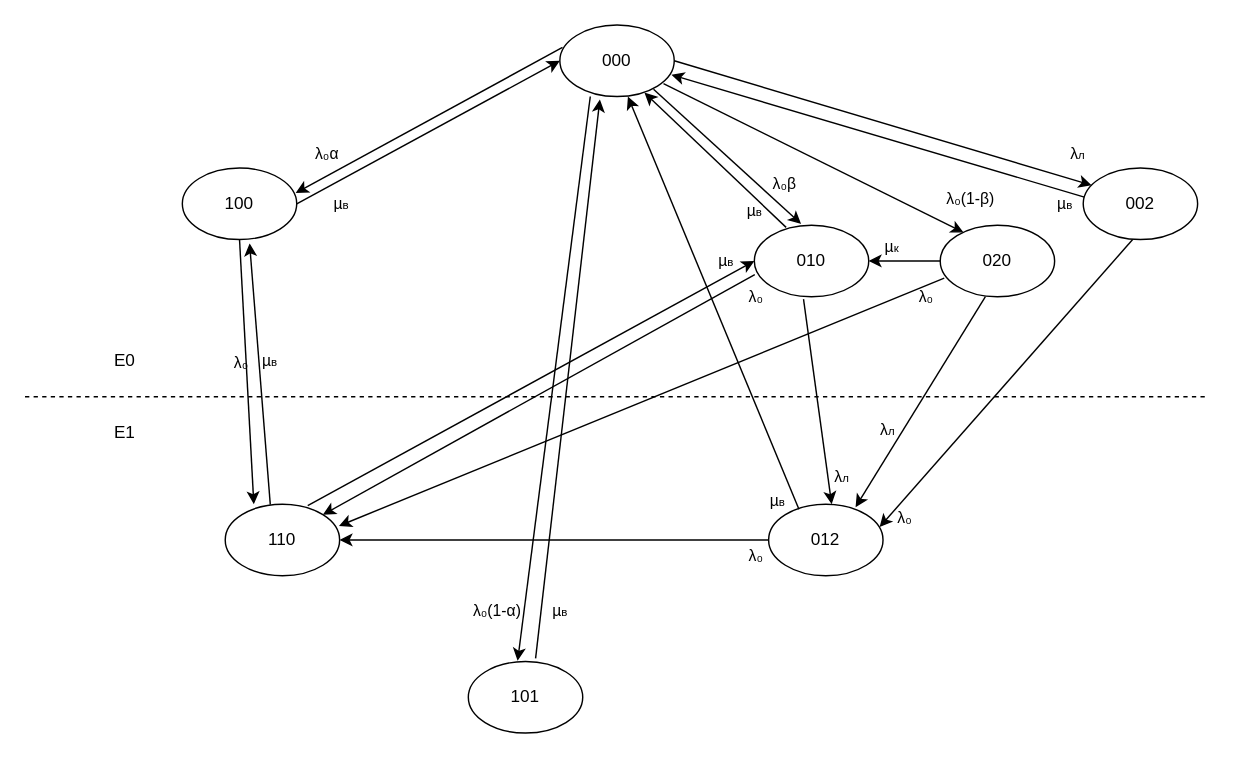
Before: диаг2.drawio in kolyan3445/WHAT-THE-FUCK, a draw.io diagram. Source tidied: cells renumbered, new cells numbered last; positions are measured from the earlier drawing's top-left corner, leaving out a move shared by most shapes. Both pictures are drawn from the tidied source at 143%, with x=0, y=0 at pixel (24, 24).
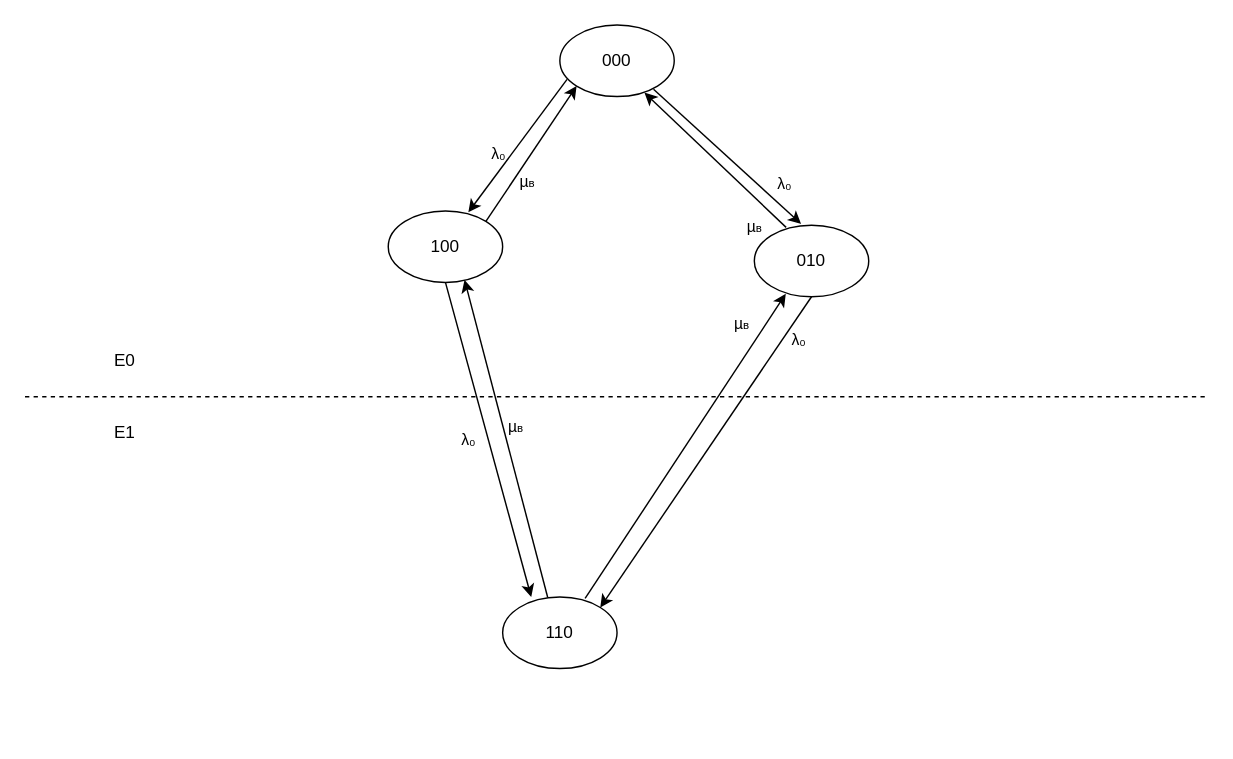
The same diagram, later.

The change refers to these unchanged cells:
```xml
<mxCell id="2" value="000" style="ellipse;whiteSpace=wrap;html=1;" parent="1" vertex="1">
  <mxGeometry x="374" width="80" height="50" as="geometry" />
</mxCell>
<mxCell id="4" value="01&lt;span style=&quot;background-color: transparent; color: light-dark(rgb(0, 0, 0), rgb(255, 255, 255));&quot;&gt;0&lt;/span&gt;" style="ellipse;whiteSpace=wrap;html=1;" parent="1" vertex="1">
  <mxGeometry x="510" y="140" width="80" height="50" as="geometry" />
</mxCell>
<mxCell id="17" style="endArrow=classic;html=1;rounded=0;exitX=0.819;exitY=0.898;exitDx=0;exitDy=0;entryX=0.409;entryY=-0.018;entryDx=0;entryDy=0;entryPerimeter=0;exitPerimeter=0;" parent="1" edge="1" source="2" target="4">
  <mxGeometry relative="1" as="geometry" />
</mxCell>
<mxCell id="21" style="endArrow=classic;html=1;rounded=0;exitX=0.278;exitY=0.03;exitDx=0;exitDy=0;entryX=0.74;entryY=0.946;entryDx=0;entryDy=0;entryPerimeter=0;exitPerimeter=0;" parent="1" edge="1" source="4" target="2">
  <mxGeometry relative="1" as="geometry" />
</mxCell>
<mxCell id="39" style="endArrow=classic;html=1;rounded=0;exitX=0.5;exitY=1;exitDx=0;exitDy=0;entryX=0.25;entryY=0;entryDx=0;entryDy=0;entryPerimeter=0;" parent="1" edge="1" source="3" target="9">
  <mxGeometry relative="1" as="geometry" />
</mxCell>
```

What changed in the source:
```diff
@@
     <mxCell id="3" value="100" style="ellipse;whiteSpace=wrap;html=1;" parent="1" vertex="1">
-      <mxGeometry x="110" y="100" width="80" height="50" as="geometry" />
+      <mxGeometry x="254" y="130" width="80" height="50" as="geometry" />
     </mxCell>
@@
-    <mxCell id="5" value="101" style="ellipse;whiteSpace=wrap;html=1;" parent="1" vertex="1">
-      <mxGeometry x="310" y="445.1" width="80" height="50" as="geometry" />
-    </mxCell>
-    <mxCell id="6" value="020" style="ellipse;whiteSpace=wrap;html=1;" parent="1" vertex="1">
-      <mxGeometry x="640" y="140" width="80" height="50" as="geometry" />
-    </mxCell>
-    <mxCell id="7" value="002" style="ellipse;whiteSpace=wrap;html=1;" parent="1" vertex="1">
-      <mxGeometry x="740" y="100" width="80" height="50" as="geometry" />
-    </mxCell>
-    <mxCell id="8" value="012" style="ellipse;whiteSpace=wrap;html=1;" parent="1" vertex="1">
-      <mxGeometry x="520" y="335.1" width="80" height="50" as="geometry" />
-    </mxCell>
     <mxCell id="9" value="110" style="ellipse;whiteSpace=wrap;html=1;" parent="1" vertex="1">
-      <mxGeometry x="140" y="335.1" width="80" height="50" as="geometry" />
+      <mxGeometry x="334" y="400" width="80" height="50" as="geometry" />
     </mxCell>
@@
-    <mxCell id="13" style="endArrow=classic;html=1;rounded=0;entryX=0;entryY=0.5;entryDx=0;entryDy=0;exitX=1;exitY=0.5;exitDx=0;exitDy=0;" parent="1" edge="1" source="3" target="2">
+    <mxCell id="13" style="endArrow=classic;html=1;rounded=0;entryX=0;entryY=1;entryDx=0;entryDy=0;exitX=1;exitY=0;exitDx=0;exitDy=0;" parent="1" edge="1" source="3" target="2">
       <mxGeometry relative="1" as="geometry" />
     </mxCell>
     <mxCell id="14" value="µ&lt;font style=&quot;font-size: 8px;&quot;&gt;в&lt;/font&gt;" style="edgeLabel;html=1;align=center;verticalAlign=middle;labelBackgroundColor=none;" parent="13" vertex="1">
       <mxGeometry relative="1" as="geometry">
-        <mxPoint x="-62" y="50" as="offset" />
+        <mxPoint x="-4" y="20" as="offset" />
       </mxGeometry>
     </mxCell>
-    <mxCell id="15" style="endArrow=classic;html=1;rounded=0;exitX=0.023;exitY=0.314;exitDx=0;exitDy=0;exitPerimeter=0;entryX=0.991;entryY=0.349;entryDx=0;entryDy=0;entryPerimeter=0;" parent="1" edge="1" source="2" target="3">
+    <mxCell id="15" style="endArrow=classic;html=1;rounded=0;exitX=0.063;exitY=0.76;exitDx=0;exitDy=0;exitPerimeter=0;entryX=0.7;entryY=0.02;entryDx=0;entryDy=0;entryPerimeter=0;" parent="1" edge="1" source="2" target="3">
       <mxGeometry relative="1" as="geometry" />
     </mxCell>
-    <mxCell id="16" value="λ&lt;font&gt;₀&lt;/font&gt;α" style="edgeLabel;html=1;align=center;verticalAlign=middle;labelBackgroundColor=none;" parent="15" vertex="1">
+    <mxCell id="16" value="λ&lt;font&gt;₀&lt;/font&gt;" style="edgeLabel;html=1;align=center;verticalAlign=middle;labelBackgroundColor=none;" parent="15" vertex="1">
       <mxGeometry relative="1" as="geometry">
-        <mxPoint x="-72" y="23" as="offset" />
+        <mxPoint x="-14" y="5" as="offset" />
       </mxGeometry>
     </mxCell>
@@
-    <mxCell id="18" value="λ₀β" style="edgeLabel;html=1;align=center;verticalAlign=middle;labelBackgroundColor=none;" parent="17" vertex="1">
+    <mxCell id="18" value="λ₀" style="edgeLabel;html=1;align=center;verticalAlign=middle;labelBackgroundColor=none;" parent="17" vertex="1">
       <mxGeometry relative="1" as="geometry">
         <mxPoint x="39" y="18" as="offset" />
       </mxGeometry>
     </mxCell>
-    <mxCell id="19" style="endArrow=classic;html=1;rounded=0;exitX=0.43;exitY=1.034;exitDx=0;exitDy=0;entryX=0.551;entryY=0;entryDx=0;entryDy=0;entryPerimeter=0;exitPerimeter=0;" parent="1" edge="1" source="4" target="8">
-      <mxGeometry relative="1" as="geometry" />
-    </mxCell>
-    <mxCell id="20" value="λ&lt;font style=&quot;font-size: 8px;&quot;&gt;л&lt;/font&gt;" style="edgeLabel;html=1;align=center;verticalAlign=middle;labelBackgroundColor=none;" parent="19" vertex="1">
-      <mxGeometry relative="1" as="geometry">
-        <mxPoint x="16" y="52" as="offset" />
-      </mxGeometry>
-    </mxCell>
@@
     <mxCell id="22" value="µ&lt;font style=&quot;font-size: 8px;&quot;&gt;в&lt;/font&gt;" style="edgeLabel;html=1;align=center;verticalAlign=middle;labelBackgroundColor=none;" parent="21" vertex="1">
       <mxGeometry relative="1" as="geometry">
-        <mxPoint x="27" y="35" as="offset" />
+        <mxPoint x="27" y="46" as="offset" />
       </mxGeometry>
     </mxCell>
-    <mxCell id="23" style="endArrow=classic;html=1;rounded=0;exitX=0.906;exitY=0.819;exitDx=0;exitDy=0;entryX=0.204;entryY=0.102;entryDx=0;entryDy=0;entryPerimeter=0;exitPerimeter=0;" parent="1" edge="1" source="2" target="6">
-      <mxGeometry relative="1" as="geometry" />
-    </mxCell>
-    <mxCell id="24" value="λ₀(1-β)" style="edgeLabel;html=1;align=center;verticalAlign=middle;labelBackgroundColor=none;" parent="23" vertex="1">
-      <mxGeometry relative="1" as="geometry">
-        <mxPoint x="109" y="29" as="offset" />
-      </mxGeometry>
-    </mxCell>
-    <mxCell id="25" style="endArrow=classic;html=1;rounded=0;exitX=0;exitY=0.5;exitDx=0;exitDy=0;entryX=1;entryY=0.5;entryDx=0;entryDy=0;" parent="1" edge="1" source="6" target="4">
-      <mxGeometry relative="1" as="geometry" />
-    </mxCell>
-    <mxCell id="26" value="µ&lt;font style=&quot;font-size: 8px;&quot;&gt;к&lt;/font&gt;" style="edgeLabel;html=1;align=center;verticalAlign=middle;labelBackgroundColor=none;" parent="25" vertex="1">
-      <mxGeometry relative="1" as="geometry">
-        <mxPoint x="-10" y="-11" as="offset" />
-      </mxGeometry>
-    </mxCell>
-    <mxCell id="27" style="endArrow=classic;html=1;rounded=0;exitX=1;exitY=0.5;exitDx=0;exitDy=0;entryX=0.073;entryY=0.24;entryDx=0;entryDy=0;entryPerimeter=0;" parent="1" edge="1" source="2" target="7">
-      <mxGeometry relative="1" as="geometry" />
-    </mxCell>
-    <mxCell id="28" value="λ&lt;font style=&quot;font-size: 8px;&quot;&gt;л&lt;/font&gt;" style="edgeLabel;html=1;align=center;verticalAlign=middle;labelBackgroundColor=none;" parent="27" vertex="1">
-      <mxGeometry relative="1" as="geometry">
-        <mxPoint x="136" y="21" as="offset" />
-      </mxGeometry>
-    </mxCell>
-    <mxCell id="29" style="endArrow=classic;html=1;rounded=0;exitX=0.01;exitY=0.407;exitDx=0;exitDy=0;entryX=0.975;entryY=0.696;entryDx=0;entryDy=0;entryPerimeter=0;exitPerimeter=0;" parent="1" edge="1" source="7" target="2">
-      <mxGeometry relative="1" as="geometry" />
-    </mxCell>
-    <mxCell id="30" value="µ&lt;font style=&quot;font-size: 8px;&quot;&gt;в&lt;/font&gt;" style="edgeLabel;html=1;align=center;verticalAlign=middle;labelBackgroundColor=none;" parent="29" vertex="1">
-      <mxGeometry relative="1" as="geometry">
-        <mxPoint x="130" y="47" as="offset" />
-      </mxGeometry>
-    </mxCell>
-    <mxCell id="31" style="endArrow=classic;html=1;rounded=0;entryX=0.588;entryY=1.054;entryDx=0;entryDy=0;entryPerimeter=0;exitX=0.394;exitY=0.006;exitDx=0;exitDy=0;exitPerimeter=0;" parent="1" edge="1" source="9" target="3">
+    <mxCell id="31" style="endArrow=classic;html=1;rounded=0;entryX=0.667;entryY=0.964;entryDx=0;entryDy=0;entryPerimeter=0;exitX=0.394;exitY=0.006;exitDx=0;exitDy=0;exitPerimeter=0;" parent="1" edge="1" source="9" target="3">
       <mxGeometry relative="1" as="geometry" />
     </mxCell>
@@
-    <mxCell id="33" style="endArrow=classic;html=1;rounded=0;exitX=0.265;exitY=0.071;exitDx=0;exitDy=0;entryX=0.595;entryY=1;entryDx=0;entryDy=0;exitPerimeter=0;entryPerimeter=0;" parent="1" edge="1" source="8" target="2">
-      <mxGeometry relative="1" as="geometry" />
-    </mxCell>
-    <mxCell id="34" value="µ&lt;font style=&quot;font-size: 8px;&quot;&gt;в&lt;/font&gt;" style="edgeLabel;html=1;align=center;verticalAlign=middle;labelBackgroundColor=none;" parent="33" vertex="1">
-      <mxGeometry relative="1" as="geometry">
-        <mxPoint x="44" y="138" as="offset" />
-      </mxGeometry>
-    </mxCell>
-    <mxCell id="35" style="endArrow=classic;html=1;rounded=0;exitX=0.266;exitY=1;exitDx=0;exitDy=0;exitPerimeter=0;entryX=0.431;entryY=-0.01;entryDx=0;entryDy=0;entryPerimeter=0;" parent="1" edge="1" source="2" target="5">
-      <mxGeometry relative="1" as="geometry" />
-    </mxCell>
-    <mxCell id="36" value="λ&lt;font&gt;₀(1-&lt;/font&gt;α)" style="edgeLabel;html=1;align=center;verticalAlign=middle;labelBackgroundColor=none;" parent="35" vertex="1">
-      <mxGeometry relative="1" as="geometry">
-        <mxPoint x="-40" y="162" as="offset" />
-      </mxGeometry>
-    </mxCell>
-    <mxCell id="37" style="endArrow=classic;html=1;rounded=0;exitX=0.588;exitY=-0.043;exitDx=0;exitDy=0;entryX=0.35;entryY=1.04;entryDx=0;entryDy=0;entryPerimeter=0;exitPerimeter=0;" parent="1" edge="1" source="5" target="2">
-      <mxGeometry relative="1" as="geometry" />
-    </mxCell>
-    <mxCell id="38" value="µ&lt;font style=&quot;font-size: 8px;&quot;&gt;в&lt;/font&gt;" style="edgeLabel;html=1;align=center;verticalAlign=middle;labelBackgroundColor=none;" parent="37" vertex="1">
-      <mxGeometry relative="1" as="geometry">
-        <mxPoint x="-6" y="162" as="offset" />
-      </mxGeometry>
-    </mxCell>
@@
     <mxCell id="40" value="λ&lt;font&gt;₀&lt;/font&gt;" style="edgeLabel;html=1;align=center;verticalAlign=middle;labelBackgroundColor=none;" parent="39" vertex="1">
       <mxGeometry relative="1" as="geometry">
-        <mxPoint x="-5" y="-7" as="offset" />
+        <mxPoint x="-14" as="offset" />
       </mxGeometry>
     </mxCell>
-    <mxCell id="41" style="endArrow=classic;html=1;rounded=0;exitX=0.004;exitY=0.69;exitDx=0;exitDy=0;entryX=1;entryY=0;entryDx=0;entryDy=0;exitPerimeter=0;" parent="1" edge="1" source="4" target="9">
+    <mxCell id="41" style="endArrow=classic;html=1;rounded=0;exitX=0.5;exitY=1;exitDx=0;exitDy=0;entryX=1;entryY=0;entryDx=0;entryDy=0;" parent="1" edge="1" source="4" target="9">
       <mxGeometry relative="1" as="geometry" />
     </mxCell>
     <mxCell id="42" value="λ&lt;font&gt;₀&lt;/font&gt;" style="edgeLabel;html=1;align=center;verticalAlign=middle;labelBackgroundColor=none;" parent="41" vertex="1">
       <mxGeometry relative="1" as="geometry">
-        <mxPoint x="151" y="-69" as="offset" />
+        <mxPoint x="64" y="-79" as="offset" />
       </mxGeometry>
     </mxCell>
-    <mxCell id="43" style="endArrow=classic;html=1;rounded=0;exitX=0;exitY=0.5;exitDx=0;exitDy=0;entryX=1;entryY=0.5;entryDx=0;entryDy=0;" parent="1" edge="1" source="8" target="9">
-      <mxGeometry relative="1" as="geometry" />
-    </mxCell>
-    <mxCell id="44" value="λ&lt;font&gt;₀&lt;/font&gt;" style="edgeLabel;html=1;align=center;verticalAlign=middle;labelBackgroundColor=none;" parent="43" vertex="1">
-      <mxGeometry relative="1" as="geometry">
-        <mxPoint x="140" y="10" as="offset" />
-      </mxGeometry>
-    </mxCell>
-    <mxCell id="45" style="endArrow=classic;html=1;rounded=0;exitX=0.035;exitY=0.74;exitDx=0;exitDy=0;entryX=0.994;entryY=0.304;entryDx=0;entryDy=0;entryPerimeter=0;exitPerimeter=0;" parent="1" edge="1" source="6" target="9">
-      <mxGeometry relative="1" as="geometry" />
-    </mxCell>
-    <mxCell id="46" value="λ&lt;font&gt;₀&lt;/font&gt;" style="edgeLabel;html=1;align=center;verticalAlign=middle;labelBackgroundColor=none;" parent="45" vertex="1">
-      <mxGeometry relative="1" as="geometry">
-        <mxPoint x="199" y="-74" as="offset" />
-      </mxGeometry>
-    </mxCell>
-    <mxCell id="47" style="endArrow=classic;html=1;rounded=0;exitX=0.5;exitY=1;exitDx=0;exitDy=0;entryX=0.76;entryY=0.041;entryDx=0;entryDy=0;entryPerimeter=0;" parent="1" edge="1" target="8">
-      <mxGeometry relative="1" as="geometry">
-        <mxPoint x="671.6" y="190" as="sourcePoint" />
-      </mxGeometry>
-    </mxCell>
-    <mxCell id="48" value="λ&lt;font style=&quot;font-size: 8px;&quot;&gt;л&lt;/font&gt;" style="edgeLabel;html=1;align=center;verticalAlign=middle;labelBackgroundColor=none;" parent="47" vertex="1">
-      <mxGeometry relative="1" as="geometry">
-        <mxPoint x="-24" y="19" as="offset" />
-      </mxGeometry>
-    </mxCell>
-    <mxCell id="49" style="endArrow=classic;html=1;rounded=0;exitX=0.432;exitY=1;exitDx=0;exitDy=0;entryX=0.97;entryY=0.32;entryDx=0;entryDy=0;exitPerimeter=0;entryPerimeter=0;" parent="1" edge="1" source="7" target="8">
-      <mxGeometry relative="1" as="geometry" />
-    </mxCell>
-    <mxCell id="50" value="λ&lt;font&gt;₀&lt;/font&gt;" style="edgeLabel;html=1;align=center;verticalAlign=middle;labelBackgroundColor=none;" parent="49" vertex="1">
-      <mxGeometry relative="1" as="geometry">
-        <mxPoint x="-72" y="94" as="offset" />
-      </mxGeometry>
-    </mxCell>
-    <mxCell id="51" style="endArrow=classic;html=1;rounded=0;entryX=0;entryY=0.5;entryDx=0;entryDy=0;exitX=0.721;exitY=0.02;exitDx=0;exitDy=0;exitPerimeter=0;" parent="1" edge="1" source="9" target="4">
+    <mxCell id="51" style="endArrow=classic;html=1;rounded=0;entryX=0.275;entryY=0.96;entryDx=0;entryDy=0;exitX=0.721;exitY=0.02;exitDx=0;exitDy=0;exitPerimeter=0;entryPerimeter=0;" parent="1" edge="1" source="9" target="4">
       <mxGeometry relative="1" as="geometry" />
     </mxCell>
     <mxCell id="52" value="µ&lt;font style=&quot;font-size: 8px;&quot;&gt;в&lt;/font&gt;" style="edgeLabel;html=1;align=center;verticalAlign=middle;labelBackgroundColor=none;" parent="51" vertex="1">
       <mxGeometry relative="1" as="geometry">
-        <mxPoint x="136" y="-86" as="offset" />
+        <mxPoint x="38" y="-86" as="offset" />
       </mxGeometry>
     </mxCell>
```
